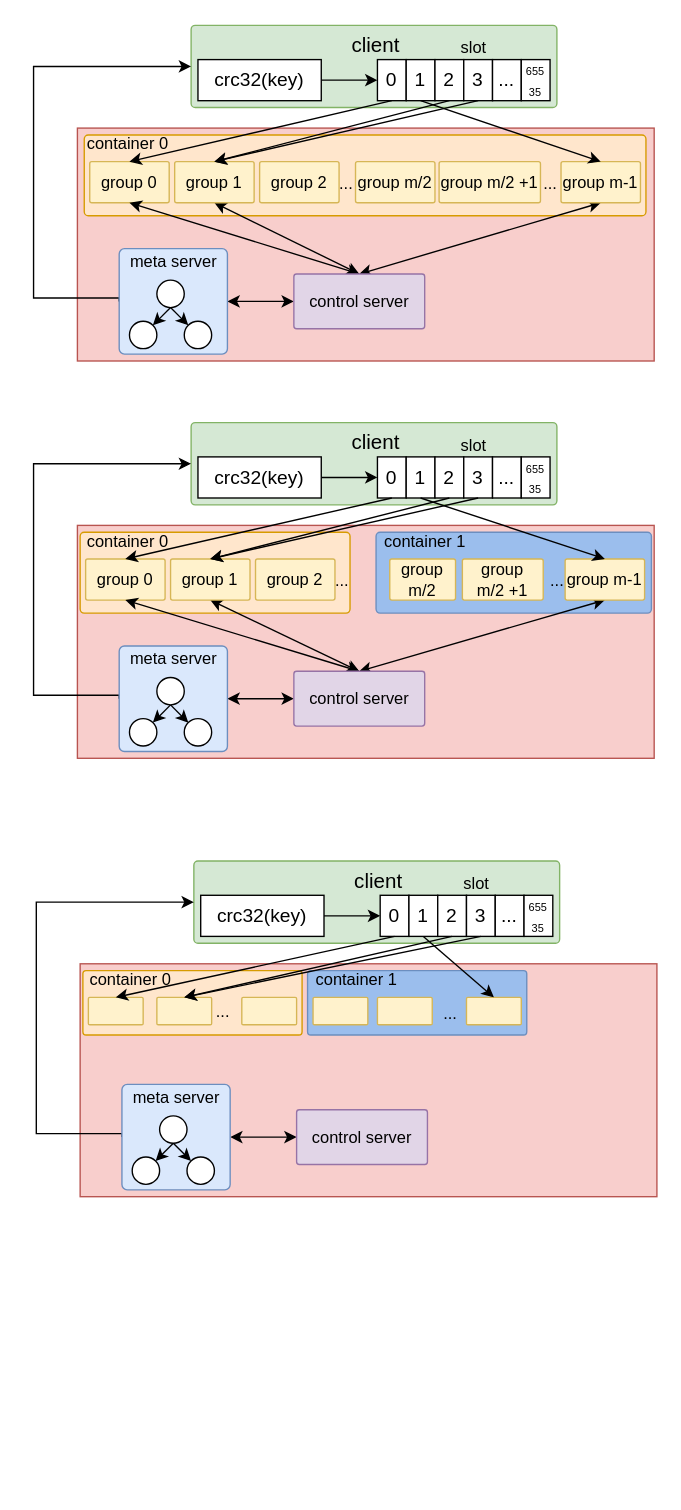
This is page "第 3 页" (3 of 4) of kv.drawio from yantao006/draw_io, a draw.io file, before an edit. Source tidied: cells renumbered, new cells numbered last; positions are measured from the earlier drawing's top-left corner, leaving out a move shared by most shapes. Both pictures are drawn from the tidied source at 137%, with x=0, y=0 at pixel (33, 23).
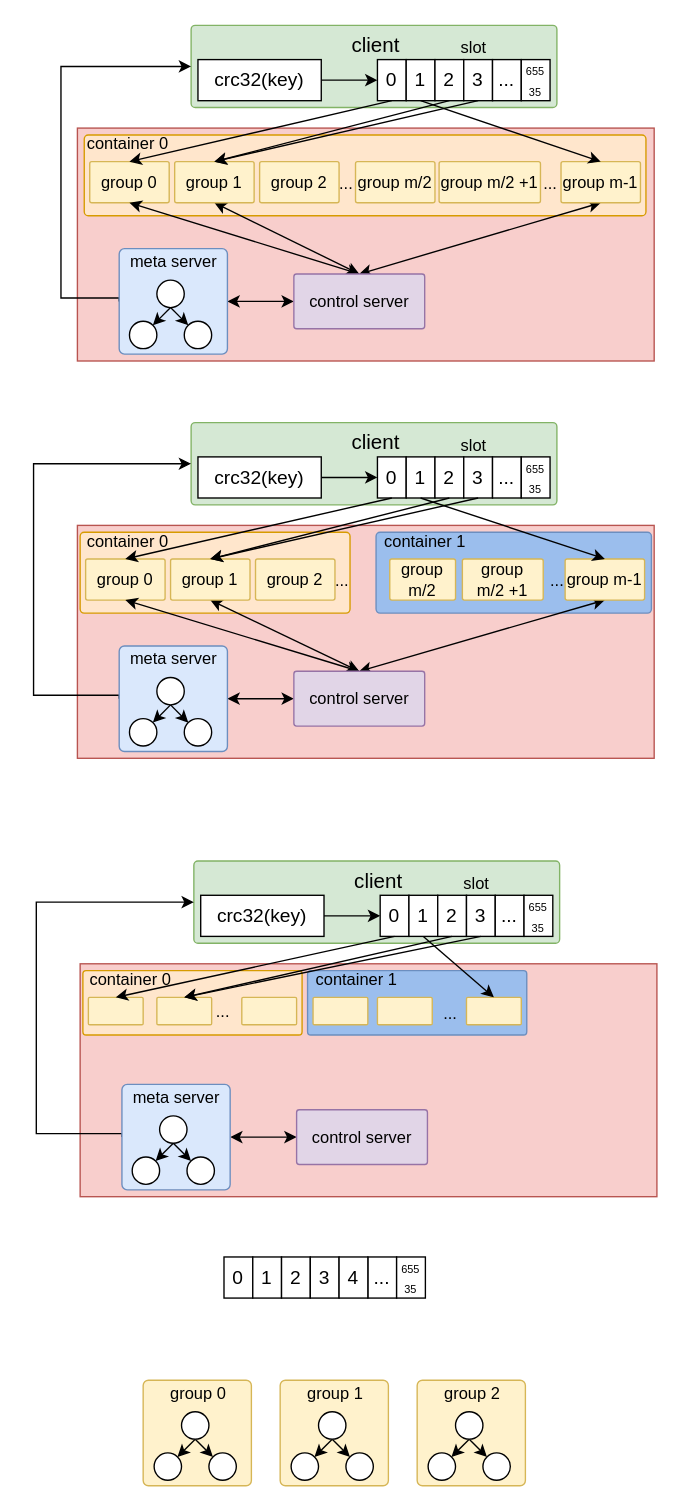
The same page after the edit.

The change refers to these unchanged cells:
```xml
<mxCell id="7" style="rounded=1;whiteSpace=wrap;html=1;arcSize=5;fillColor=#d5e8d4;strokeColor=#82b366;" parent="1" vertex="1">
  <mxGeometry x="115" y="1" width="267" height="60" as="geometry" />
</mxCell>
<mxCell id="32" style="rounded=1;whiteSpace=wrap;html=1;arcSize=5;fillColor=#dae8fc;strokeColor=#6c8ebf;" parent="31" vertex="1">
  <mxGeometry width="79" height="77" as="geometry" />
</mxCell>
```

The edit, as a diff of the source:
```diff
@@
     <mxCell id="27" style="edgeStyle=orthogonalEdgeStyle;rounded=0;jettySize=auto;html=1;entryX=0;entryY=0.5;entryDx=0;entryDy=0;exitX=0;exitY=0.5;exitDx=0;exitDy=0;" parent="1" edge="1" source="32" target="7">
       <mxGeometry relative="1" as="geometry">
         <Array as="points">
           <mxPoint x="62" y="200" />
-          <mxPoint y="200" />
-          <mxPoint y="31" />
+          <mxPoint x="20" y="200" />
+          <mxPoint x="20" y="31" />
         </Array>
       </mxGeometry>
     </mxCell>
@@
+    <mxCell id="126" style="group;" parent="1" vertex="1">
+      <mxGeometry x="80" y="990" width="79" height="77" as="geometry" />
+    </mxCell>
+    <mxCell id="127" style="rounded=1;whiteSpace=wrap;html=1;arcSize=5;fillColor=#fff2cc;strokeColor=#d6b656;" parent="126" vertex="1">
+      <mxGeometry width="79" height="77" as="geometry" />
+    </mxCell>
+    <mxCell id="128" style="rounded=0;jettySize=auto;html=1;exitX=0.5;exitY=1;exitDx=0;exitDy=0;" parent="126" edge="1" source="130" target="131">
+      <mxGeometry relative="1" as="geometry" />
+    </mxCell>
+    <mxCell id="129" style="rounded=0;jettySize=auto;html=1;exitX=0.5;exitY=1;exitDx=0;exitDy=0;" parent="126" edge="1" source="130" target="132">
+      <mxGeometry relative="1" as="geometry" />
+    </mxCell>
+    <mxCell id="130" style="ellipse;whiteSpace=wrap;html=1;" parent="126" vertex="1">
+      <mxGeometry x="28" y="23" width="20" height="20" as="geometry" />
+    </mxCell>
+    <mxCell id="131" style="ellipse;whiteSpace=wrap;html=1;" parent="126" vertex="1">
+      <mxGeometry x="8" y="53" width="20" height="20" as="geometry" />
+    </mxCell>
+    <mxCell id="132" style="ellipse;whiteSpace=wrap;html=1;" parent="126" vertex="1">
+      <mxGeometry x="48" y="53" width="20" height="20" as="geometry" />
+    </mxCell>
+    <mxCell id="133" value="group 0" style="text;html=1;align=center;verticalAlign=middle;whiteSpace=wrap;rounded=0;" parent="126" vertex="1">
+      <mxGeometry x="3.9" width="72.8" height="20" as="geometry" />
+    </mxCell>
+    <mxCell id="134" style="group;" parent="1" vertex="1">
+      <mxGeometry x="180" y="990" width="79" height="77" as="geometry" />
+    </mxCell>
+    <mxCell id="135" style="rounded=1;whiteSpace=wrap;html=1;arcSize=5;fillColor=#fff2cc;strokeColor=#d6b656;" parent="134" vertex="1">
+      <mxGeometry width="79" height="77" as="geometry" />
+    </mxCell>
+    <mxCell id="136" style="rounded=0;jettySize=auto;html=1;exitX=0.5;exitY=1;exitDx=0;exitDy=0;" parent="134" edge="1" source="138" target="139">
+      <mxGeometry relative="1" as="geometry" />
+    </mxCell>
+    <mxCell id="137" style="rounded=0;jettySize=auto;html=1;exitX=0.5;exitY=1;exitDx=0;exitDy=0;" parent="134" edge="1" source="138" target="140">
+      <mxGeometry relative="1" as="geometry" />
+    </mxCell>
+    <mxCell id="138" style="ellipse;whiteSpace=wrap;html=1;" parent="134" vertex="1">
+      <mxGeometry x="28" y="23" width="20" height="20" as="geometry" />
+    </mxCell>
+    <mxCell id="139" style="ellipse;whiteSpace=wrap;html=1;" parent="134" vertex="1">
+      <mxGeometry x="8" y="53" width="20" height="20" as="geometry" />
+    </mxCell>
+    <mxCell id="140" style="ellipse;whiteSpace=wrap;html=1;" parent="134" vertex="1">
+      <mxGeometry x="48" y="53" width="20" height="20" as="geometry" />
+    </mxCell>
+    <mxCell id="141" value="group 1" style="text;html=1;align=center;verticalAlign=middle;whiteSpace=wrap;rounded=0;" parent="134" vertex="1">
+      <mxGeometry x="3.9" width="72.8" height="20" as="geometry" />
+    </mxCell>
+    <mxCell id="142" style="group;" parent="1" vertex="1">
+      <mxGeometry x="280" y="990" width="79" height="77" as="geometry" />
+    </mxCell>
+    <mxCell id="143" style="rounded=1;whiteSpace=wrap;html=1;arcSize=5;fillColor=#fff2cc;strokeColor=#d6b656;" parent="142" vertex="1">
+      <mxGeometry width="79" height="77" as="geometry" />
+    </mxCell>
+    <mxCell id="144" style="rounded=0;jettySize=auto;html=1;exitX=0.5;exitY=1;exitDx=0;exitDy=0;" parent="142" edge="1" source="146" target="147">
+      <mxGeometry relative="1" as="geometry" />
+    </mxCell>
+    <mxCell id="145" style="rounded=0;jettySize=auto;html=1;exitX=0.5;exitY=1;exitDx=0;exitDy=0;" parent="142" edge="1" source="146" target="148">
+      <mxGeometry relative="1" as="geometry" />
+    </mxCell>
+    <mxCell id="146" style="ellipse;whiteSpace=wrap;html=1;" parent="142" vertex="1">
+      <mxGeometry x="28" y="23" width="20" height="20" as="geometry" />
+    </mxCell>
+    <mxCell id="147" style="ellipse;whiteSpace=wrap;html=1;" parent="142" vertex="1">
+      <mxGeometry x="8" y="53" width="20" height="20" as="geometry" />
+    </mxCell>
+    <mxCell id="148" style="ellipse;whiteSpace=wrap;html=1;" parent="142" vertex="1">
+      <mxGeometry x="48" y="53" width="20" height="20" as="geometry" />
+    </mxCell>
+    <mxCell id="149" value="group 2" style="text;html=1;align=center;verticalAlign=middle;whiteSpace=wrap;rounded=0;" parent="142" vertex="1">
+      <mxGeometry x="3.9" width="72.8" height="20" as="geometry" />
+    </mxCell>
+    <mxCell id="150" value="&lt;span style=&quot;font-size: 14px;&quot;&gt;0&lt;/span&gt;" style="rounded=0;whiteSpace=wrap;html=1;" parent="1" vertex="1">
+      <mxGeometry x="139" y="900" width="21" height="30" as="geometry" />
+    </mxCell>
+    <mxCell id="151" value="&lt;span style=&quot;font-size: 14px;&quot;&gt;1&lt;/span&gt;" style="rounded=0;whiteSpace=wrap;html=1;" parent="1" vertex="1">
+      <mxGeometry x="160" y="900" width="21" height="30" as="geometry" />
+    </mxCell>
+    <mxCell id="152" value="&lt;span style=&quot;font-size: 14px;&quot;&gt;2&lt;/span&gt;" style="rounded=0;whiteSpace=wrap;html=1;" parent="1" vertex="1">
+      <mxGeometry x="181" y="900" width="21" height="30" as="geometry" />
+    </mxCell>
+    <mxCell id="153" value="&lt;span style=&quot;font-size: 14px;&quot;&gt;3&lt;/span&gt;" style="rounded=0;whiteSpace=wrap;html=1;" parent="1" vertex="1">
+      <mxGeometry x="202" y="900" width="21" height="30" as="geometry" />
+    </mxCell>
+    <mxCell id="154" value="&lt;span style=&quot;font-size: 14px;&quot;&gt;...&lt;/span&gt;" style="rounded=0;whiteSpace=wrap;html=1;" parent="1" vertex="1">
+      <mxGeometry x="244" y="900" width="21" height="30" as="geometry" />
+    </mxCell>
+    <mxCell id="155" value="&lt;font style=&quot;font-size: 8px;&quot;&gt;655&lt;/font&gt;&lt;div&gt;&lt;font style=&quot;font-size: 8px;&quot;&gt;35&lt;/font&gt;&lt;/div&gt;" style="rounded=0;whiteSpace=wrap;html=1;" parent="1" vertex="1">
+      <mxGeometry x="265" y="900" width="21" height="30" as="geometry" />
+    </mxCell>
+    <mxCell id="156" value="&lt;span style=&quot;font-size: 14px;&quot;&gt;4&lt;/span&gt;" style="rounded=0;whiteSpace=wrap;html=1;" parent="1" vertex="1">
+      <mxGeometry x="223" y="900" width="21" height="30" as="geometry" />
+    </mxCell>
```
